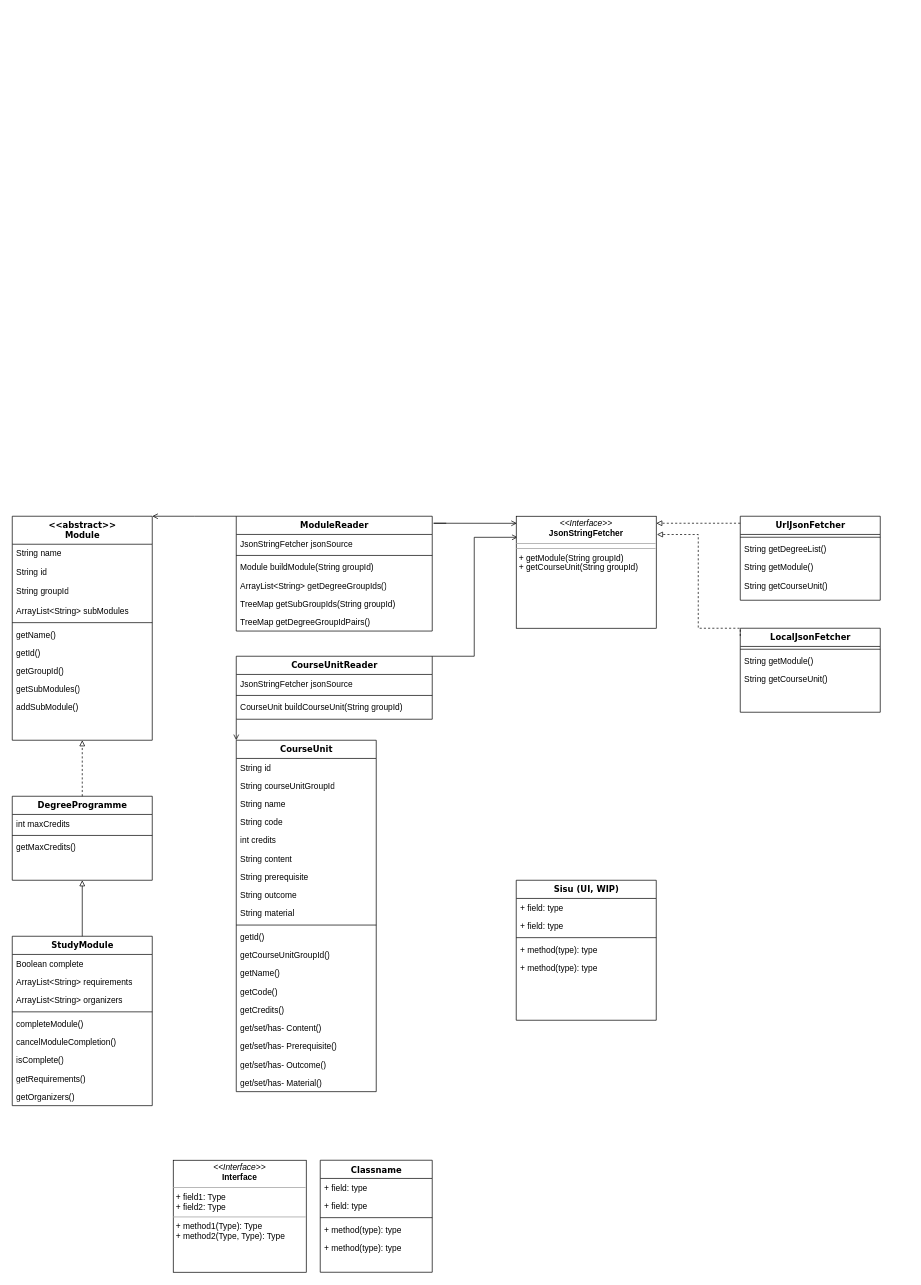
Above: ClassDiagram.drawio in hasub0b/BetterSisu (draw.io), before the change. Source tidied: cells renumbered, new cells numbered last; positions are measured from the earlier drawing's top-left corner, leaving out a move shared by most shapes. Both pictures are drawn from the tidied source at 70%, with x=0, y=0 at pixel (12, 516).
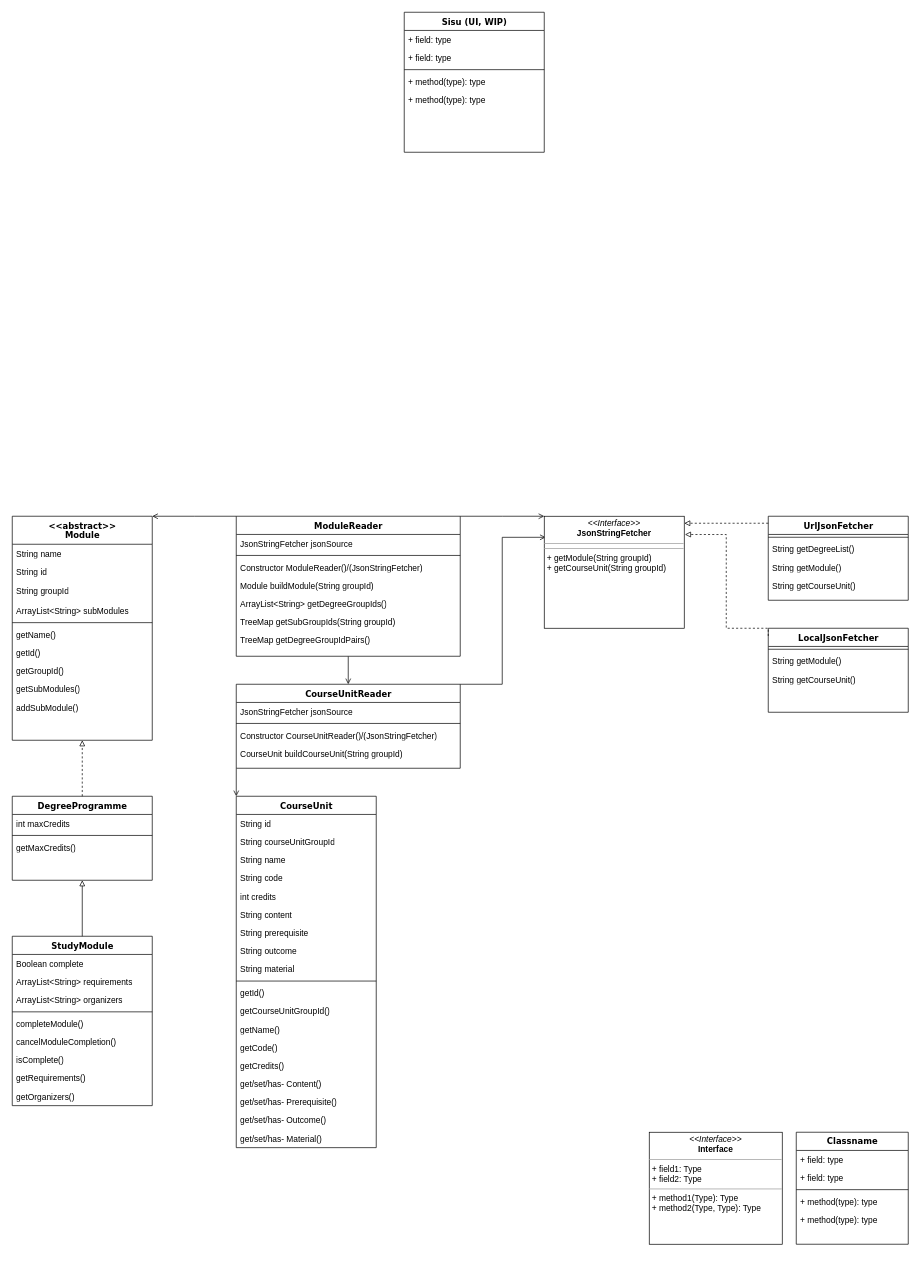
The same diagram, later.

Commit message:
finish data fetching part of class diagram

Diff of the diagram source:
```diff
@@
     <mxCell id="2" value="Classname" style="swimlane;html=1;fontStyle=1;align=center;verticalAlign=top;horizontal=1;startSize=26;swimlaneFillColor=#ffffff;rounded=0;shadow=0;comic=0;labelBackgroundColor=none;strokeWidth=1;fillColor=none;fontFamily=Verdana;fontSize=12;" parent="1" vertex="1">
-      <mxGeometry x="440" y="920" width="160" height="160" as="geometry" />
+      <mxGeometry x="1120" y="880" width="160" height="160" as="geometry" />
     </mxCell>
@@
     <mxCell id="8" value="&lt;p style=&quot;margin:0px;margin-top:4px;text-align:center;&quot;&gt;&lt;i&gt;&amp;lt;&amp;lt;Interface&amp;gt;&amp;gt;&lt;/i&gt;&lt;br/&gt;&lt;b&gt;Interface&lt;/b&gt;&lt;/p&gt;&lt;hr size=&quot;1&quot;/&gt;&lt;p style=&quot;margin:0px;margin-left:4px;&quot;&gt;+ field1: Type&lt;br/&gt;+ field2: Type&lt;/p&gt;&lt;hr size=&quot;1&quot;/&gt;&lt;p style=&quot;margin:0px;margin-left:4px;&quot;&gt;+ method1(Type): Type&lt;br/&gt;+ method2(Type, Type): Type&lt;/p&gt;" style="verticalAlign=top;align=left;overflow=fill;fontSize=12;fontFamily=Helvetica;html=1;rounded=0;shadow=0;comic=0;labelBackgroundColor=none;strokeWidth=1;" parent="1" vertex="1">
-      <mxGeometry x="230" y="920" width="190" height="160" as="geometry" />
+      <mxGeometry x="910" y="880" width="190" height="160" as="geometry" />
     </mxCell>
@@
     <mxCell id="36" value="CourseUnit" style="swimlane;html=1;fontStyle=1;align=center;verticalAlign=top;horizontal=1;startSize=26;swimlaneFillColor=#ffffff;rounded=0;shadow=0;comic=0;labelBackgroundColor=none;strokeWidth=1;fillColor=none;fontFamily=Verdana;fontSize=12;" parent="1" vertex="1">
-      <mxGeometry x="320" y="320" width="200" height="502" as="geometry" />
+      <mxGeometry x="320" y="400" width="200" height="502" as="geometry" />
     </mxCell>
@@
     <mxCell id="56" style="edgeStyle=orthogonalEdgeStyle;rounded=0;jettySize=auto;html=1;exitX=1;exitY=0;exitDx=0;exitDy=0;endArrow=open;endFill=0;entryX=0.01;entryY=0.188;entryDx=0;entryDy=0;entryPerimeter=0;" parent="1" edge="1" source="58" target="76">
       <mxGeometry relative="1" as="geometry">
         <Array as="points">
-          <mxPoint x="660" y="200" />
-          <mxPoint x="660" y="30" />
+          <mxPoint x="700" y="240" />
+          <mxPoint x="700" y="30" />
         </Array>
       </mxGeometry>
     </mxCell>
@@
     <mxCell id="58" value="&lt;div&gt;CourseUnitReader&lt;/div&gt;" style="swimlane;html=1;fontStyle=1;align=center;verticalAlign=top;horizontal=1;startSize=26;swimlaneFillColor=#ffffff;rounded=0;shadow=0;comic=0;labelBackgroundColor=none;strokeWidth=1;fillColor=none;fontFamily=Verdana;fontSize=12;" parent="1" vertex="1">
-      <mxGeometry x="320" y="200" width="280" height="90" as="geometry" />
+      <mxGeometry x="320" y="240" width="320" height="120" as="geometry" />
     </mxCell>
     <mxCell id="59" value="JsonStringFetcher jsonSource" style="text;html=1;strokeColor=none;fillColor=none;align=left;verticalAlign=top;spacingLeft=4;spacingRight=4;whiteSpace=wrap;overflow=hidden;" parent="58" vertex="1">
-      <mxGeometry y="26" width="280" height="26" as="geometry" />
+      <mxGeometry y="26" width="320" height="26" as="geometry" />
     </mxCell>
     <mxCell id="60" style="line;html=1;strokeWidth=1;fillColor=none;align=left;verticalAlign=middle;spacingTop=-1;spacingLeft=3;spacingRight=3;labelPosition=right;" parent="58" vertex="1">
-      <mxGeometry y="52" width="280" height="8" as="geometry" />
+      <mxGeometry y="52" width="320" height="8" as="geometry" />
     </mxCell>
+    <mxCell id="89" value="Constructor CourseUnitReader()/(JsonStringFetcher)" style="text;html=1;strokeColor=none;fillColor=none;align=left;verticalAlign=top;spacingLeft=4;spacingRight=4;whiteSpace=wrap;overflow=hidden;" parent="58" vertex="1">
+      <mxGeometry y="60" width="320" height="26" as="geometry" />
+    </mxCell>
     <mxCell id="61" value="CourseUnit buildCourseUnit(String groupId)" style="text;html=1;strokeColor=none;fillColor=none;align=left;verticalAlign=top;spacingLeft=4;spacingRight=4;whiteSpace=wrap;overflow=hidden;" parent="58" vertex="1">
-      <mxGeometry y="60" width="280" height="26" as="geometry" />
+      <mxGeometry y="86" width="320" height="26" as="geometry" />
     </mxCell>
-    <mxCell id="62" style="edgeStyle=orthogonalEdgeStyle;rounded=0;jettySize=auto;html=1;endArrow=open;endFill=0;entryX=0.005;entryY=0.063;entryDx=0;entryDy=0;entryPerimeter=0;" parent="1" edge="1" target="76">
-      <mxGeometry relative="1" as="geometry">
-        <mxPoint x="620" y="10" as="sourcePoint" />
-        <Array as="points">
-          <mxPoint x="602" y="10" />
-        </Array>
-      </mxGeometry>
-    </mxCell>
@@
+    <mxCell id="90" style="edgeStyle=orthogonalEdgeStyle;rounded=0;jettySize=auto;html=1;exitX=1;exitY=0;exitDx=0;exitDy=0;entryX=0;entryY=0;entryDx=0;entryDy=0;endArrow=open;endFill=0;" parent="1" edge="1" source="64" target="76">
+      <mxGeometry relative="1" as="geometry">
+        <Array as="points">
+          <mxPoint x="700" />
+          <mxPoint x="700" />
+        </Array>
+      </mxGeometry>
+    </mxCell>
+    <mxCell id="91" style="edgeStyle=orthogonalEdgeStyle;rounded=0;jettySize=auto;html=1;exitX=0.5;exitY=1;exitDx=0;exitDy=0;entryX=0.5;entryY=0;entryDx=0;entryDy=0;endArrow=open;endFill=0;" parent="1" edge="1" source="64" target="58">
+      <mxGeometry relative="1" as="geometry" />
+    </mxCell>
     <mxCell id="64" value="&lt;div&gt;ModuleReader&lt;/div&gt;" style="swimlane;html=1;fontStyle=1;align=center;verticalAlign=top;horizontal=1;startSize=26;swimlaneFillColor=#ffffff;rounded=0;shadow=0;comic=0;labelBackgroundColor=none;strokeWidth=1;fillColor=none;fontFamily=Verdana;fontSize=12;" parent="1" vertex="1">
-      <mxGeometry x="320" width="280" height="164" as="geometry" />
+      <mxGeometry x="320" width="320" height="200" as="geometry" />
     </mxCell>
     <mxCell id="65" value="JsonStringFetcher jsonSource" style="text;html=1;strokeColor=none;fillColor=none;align=left;verticalAlign=top;spacingLeft=4;spacingRight=4;whiteSpace=wrap;overflow=hidden;" parent="64" vertex="1">
-      <mxGeometry y="26" width="280" height="26" as="geometry" />
+      <mxGeometry y="26" width="320" height="26" as="geometry" />
     </mxCell>
     <mxCell id="66" style="line;html=1;strokeWidth=1;fillColor=none;align=left;verticalAlign=middle;spacingTop=-1;spacingLeft=3;spacingRight=3;labelPosition=right;" parent="64" vertex="1">
-      <mxGeometry y="52" width="280" height="8" as="geometry" />
+      <mxGeometry y="52" width="320" height="8" as="geometry" />
     </mxCell>
+    <mxCell id="92" value="Constructor ModuleReader()/(JsonStringFetcher)" style="text;html=1;strokeColor=none;fillColor=none;align=left;verticalAlign=top;spacingLeft=4;spacingRight=4;whiteSpace=wrap;overflow=hidden;" parent="64" vertex="1">
+      <mxGeometry y="60" width="320" height="26" as="geometry" />
+    </mxCell>
     <mxCell id="67" value="Module buildModule(String groupId)" style="text;html=1;strokeColor=none;fillColor=none;align=left;verticalAlign=top;spacingLeft=4;spacingRight=4;whiteSpace=wrap;overflow=hidden;" parent="64" vertex="1">
-      <mxGeometry y="60" width="280" height="26" as="geometry" />
+      <mxGeometry y="86" width="320" height="26" as="geometry" />
     </mxCell>
     <mxCell id="68" value="ArrayList&amp;lt;String&amp;gt; getDegreeGroupIds() " style="text;html=1;strokeColor=none;fillColor=none;align=left;verticalAlign=top;spacingLeft=4;spacingRight=4;whiteSpace=wrap;overflow=hidden;" parent="64" vertex="1">
-      <mxGeometry y="86" width="280" height="26" as="geometry" />
+      <mxGeometry y="112" width="320" height="26" as="geometry" />
     </mxCell>
     <mxCell id="69" value="TreeMap getSubGroupIds(String groupId)" style="text;html=1;strokeColor=none;fillColor=none;align=left;verticalAlign=top;spacingLeft=4;spacingRight=4;whiteSpace=wrap;overflow=hidden;" parent="64" vertex="1">
-      <mxGeometry y="112" width="280" height="26" as="geometry" />
+      <mxGeometry y="138" width="320" height="26" as="geometry" />
     </mxCell>
     <mxCell id="70" value="TreeMap getDegreeGroupIdPairs()" style="text;html=1;strokeColor=none;fillColor=none;align=left;verticalAlign=top;spacingLeft=4;spacingRight=4;whiteSpace=wrap;overflow=hidden;" parent="64" vertex="1">
-      <mxGeometry y="138" width="280" height="26" as="geometry" />
+      <mxGeometry y="164" width="320" height="26" as="geometry" />
     </mxCell>
     <mxCell id="71" style="edgeStyle=orthogonalEdgeStyle;rounded=0;jettySize=auto;html=1;exitX=0;exitY=0.092;exitDx=0;exitDy=0;entryX=1.005;entryY=0.163;entryDx=0;entryDy=0;entryPerimeter=0;dashed=1;endArrow=block;endFill=0;exitPerimeter=0;" parent="1" edge="1" source="72" target="76">
       <mxGeometry relative="1" as="geometry">
         <Array as="points">
-          <mxPoint x="1040" y="160" />
-          <mxPoint x="980" y="160" />
-          <mxPoint x="980" y="26" />
+          <mxPoint x="1080" y="160" />
+          <mxPoint x="1020" y="160" />
+          <mxPoint x="1020" y="26" />
         </Array>
       </mxGeometry>
     </mxCell>
     <mxCell id="72" value="LocalJsonFetcher" style="swimlane;html=1;fontStyle=1;align=center;verticalAlign=top;horizontal=1;startSize=26;swimlaneFillColor=#ffffff;rounded=0;shadow=0;comic=0;labelBackgroundColor=none;strokeWidth=1;fillColor=none;fontFamily=Verdana;fontSize=12;" parent="1" vertex="1">
-      <mxGeometry x="1040" y="160" width="200" height="120" as="geometry" />
+      <mxGeometry x="1080" y="160" width="200" height="120" as="geometry" />
     </mxCell>
@@
     <mxCell id="76" value="&lt;p style=&quot;margin: 0px ; margin-top: 4px ; text-align: center&quot;&gt;&lt;i&gt;&amp;lt;&amp;lt;Interface&amp;gt;&amp;gt;&lt;/i&gt;&lt;br&gt;&lt;b&gt;JsonStringFetcher&lt;/b&gt;&lt;br&gt;&lt;/p&gt;&lt;hr size=&quot;1&quot;&gt;&lt;hr size=&quot;1&quot;&gt;&lt;p style=&quot;margin: 0px ; margin-left: 4px&quot;&gt;+ getModule(String groupId)&lt;br&gt;+ getCourseUnit(String groupId)&lt;br&gt;&lt;/p&gt;" style="verticalAlign=top;align=left;overflow=fill;fontSize=12;fontFamily=Helvetica;html=1;rounded=0;shadow=0;comic=0;labelBackgroundColor=none;strokeWidth=1;" parent="1" vertex="1">
-      <mxGeometry x="720" width="200" height="160" as="geometry" />
+      <mxGeometry x="760" width="200" height="160" as="geometry" />
     </mxCell>
     <mxCell id="77" style="edgeStyle=orthogonalEdgeStyle;rounded=0;jettySize=auto;html=1;dashed=1;endArrow=block;endFill=0;exitX=0;exitY=0.083;exitDx=0;exitDy=0;exitPerimeter=0;" parent="1" edge="1" source="78" target="76">
       <mxGeometry relative="1" as="geometry">
         <Array as="points">
-          <mxPoint x="1010" y="10" />
-          <mxPoint x="1010" y="10" />
+          <mxPoint x="1050" y="10" />
+          <mxPoint x="1050" y="10" />
         </Array>
       </mxGeometry>
     </mxCell>
     <mxCell id="78" value="UrlJsonFetcher" style="swimlane;html=1;fontStyle=1;align=center;verticalAlign=top;horizontal=1;startSize=26;swimlaneFillColor=#ffffff;rounded=0;shadow=0;comic=0;labelBackgroundColor=none;strokeWidth=1;fillColor=none;fontFamily=Verdana;fontSize=12;" parent="1" vertex="1">
-      <mxGeometry x="1040" width="200" height="120" as="geometry" />
+      <mxGeometry x="1080" width="200" height="120" as="geometry" />
     </mxCell>
@@
     <mxCell id="83" value="Sisu (UI, WIP)" style="swimlane;html=1;fontStyle=1;align=center;verticalAlign=top;horizontal=1;startSize=26;swimlaneFillColor=#ffffff;rounded=0;shadow=0;comic=0;labelBackgroundColor=none;strokeWidth=1;fillColor=none;fontFamily=Verdana;fontSize=12;" parent="1" vertex="1">
-      <mxGeometry x="720" y="520" width="200" height="200" as="geometry" />
+      <mxGeometry x="560" y="-720" width="200" height="200" as="geometry" />
     </mxCell>
```
